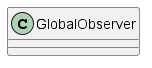
Above: doc/uml/globalobserver.png in dalemorris2021/agent-simulation (PlantUML), before the change. Source of this version:
```plantuml
@startuml

class GlobalObserver {

}

@enduml
```
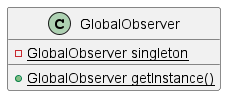
The same file after the commit.

Commit message:
Refactored file structure and added information to UML diagrams and architecture.md

What changed in the source:
```diff
@@ -1,7 +1,8 @@
 @startuml
 
 class GlobalObserver {
-
+    - {static} GlobalObserver singleton
+    + {static} GlobalObserver getInstance()
 }
 
 @enduml
```
